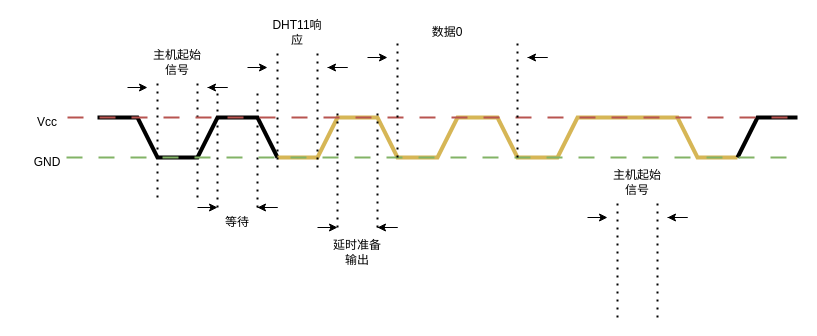
The draw.io diagram DHT11总线.drawio in niusama2/papper_chart, before the edit. Source tidied: cells renumbered, new cells numbered last; positions are measured from the earlier drawing's top-left corner, leaving out a move shared by most shapes. Both pictures are drawn from the tidied source at 100%, with x=0, y=0 at pixel (17, 17).
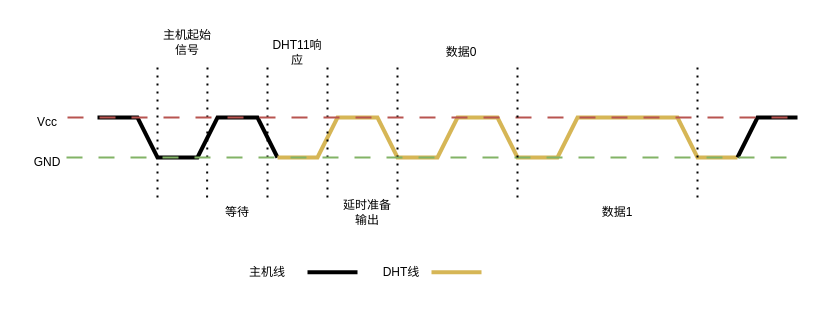
Above is the later version.

Diff of the diagram source:
```diff
@@
     <mxCell id="7" style="endArrow=none;dashed=1;html=1;dashPattern=1 3;strokeWidth=2;rounded=0;" parent="1" edge="1">
       <mxGeometry relative="1" as="geometry">
         <mxPoint x="140" y="180" as="sourcePoint" />
-        <mxPoint x="140" y="60" as="targetPoint" />
+        <mxPoint x="140" y="50" as="targetPoint" />
       </mxGeometry>
     </mxCell>
     <mxCell id="8" style="endArrow=none;dashed=1;html=1;dashPattern=1 3;strokeWidth=2;rounded=0;" parent="1" edge="1">
       <mxGeometry relative="1" as="geometry">
-        <mxPoint x="180" y="180" as="sourcePoint" />
-        <mxPoint x="180" y="60" as="targetPoint" />
+        <mxPoint x="189.6" y="180" as="sourcePoint" />
+        <mxPoint x="190" y="50" as="targetPoint" />
       </mxGeometry>
     </mxCell>
-    <mxCell id="9" style="endArrow=classic;html=1;rounded=0;" parent="1" edge="1">
-      <mxGeometry relative="1" as="geometry">
-        <mxPoint x="110" y="70" as="sourcePoint" />
-        <mxPoint x="130" y="70" as="targetPoint" />
-      </mxGeometry>
-    </mxCell>
-    <mxCell id="10" style="endArrow=classic;html=1;rounded=0;" parent="1" edge="1">
-      <mxGeometry relative="1" as="geometry">
-        <mxPoint x="190" y="70" as="sourcePoint" />
-        <mxPoint x="190" y="70" as="targetPoint" />
-        <Array as="points">
-          <mxPoint x="210" y="70" />
-        </Array>
-      </mxGeometry>
-    </mxCell>
     <mxCell id="11" value="主机起始信号" style="text;html=1;align=center;verticalAlign=middle;whiteSpace=wrap;rounded=0;" parent="1" vertex="1">
-      <mxGeometry x="130" y="30" width="60" height="30" as="geometry" />
+      <mxGeometry x="140" y="10" width="60" height="30" as="geometry" />
     </mxCell>
-    <mxCell id="12" style="endArrow=none;dashed=1;html=1;dashPattern=1 3;strokeWidth=2;rounded=0;" parent="1" edge="1">
-      <mxGeometry relative="1" as="geometry">
-        <mxPoint x="200" y="190" as="sourcePoint" />
-        <mxPoint x="200" y="70" as="targetPoint" />
-      </mxGeometry>
-    </mxCell>
     <mxCell id="13" style="endArrow=none;dashed=1;html=1;dashPattern=1 3;strokeWidth=2;rounded=0;" parent="1" edge="1">
       <mxGeometry relative="1" as="geometry">
-        <mxPoint x="240" y="190" as="sourcePoint" />
-        <mxPoint x="240" y="70" as="targetPoint" />
+        <mxPoint x="250" y="180" as="sourcePoint" />
+        <mxPoint x="250" y="50" as="targetPoint" />
       </mxGeometry>
     </mxCell>
-    <mxCell id="14" style="endArrow=classic;html=1;rounded=0;" parent="1" edge="1">
-      <mxGeometry relative="1" as="geometry">
-        <mxPoint x="180" y="190" as="sourcePoint" />
-        <mxPoint x="200" y="190" as="targetPoint" />
-      </mxGeometry>
-    </mxCell>
-    <mxCell id="15" style="endArrow=classic;html=1;rounded=0;" parent="1" edge="1">
-      <mxGeometry relative="1" as="geometry">
-        <mxPoint x="240" y="190" as="sourcePoint" />
-        <mxPoint x="240" y="190" as="targetPoint" />
-        <Array as="points">
-          <mxPoint x="260" y="190" />
-        </Array>
-      </mxGeometry>
-    </mxCell>
     <mxCell id="16" value="等待" style="text;html=1;align=center;verticalAlign=middle;whiteSpace=wrap;rounded=0;" parent="1" vertex="1">
-      <mxGeometry x="190" y="190" width="60" height="30" as="geometry" />
+      <mxGeometry x="190" y="180" width="60" height="30" as="geometry" />
     </mxCell>
-    <mxCell id="17" style="endArrow=none;dashed=1;html=1;dashPattern=1 3;strokeWidth=2;rounded=0;" parent="1" edge="1">
-      <mxGeometry relative="1" as="geometry">
-        <mxPoint x="260" y="150" as="sourcePoint" />
-        <mxPoint x="260" y="30" as="targetPoint" />
-      </mxGeometry>
-    </mxCell>
     <mxCell id="18" style="endArrow=none;dashed=1;html=1;dashPattern=1 3;strokeWidth=2;rounded=0;" parent="1" edge="1">
       <mxGeometry relative="1" as="geometry">
-        <mxPoint x="300" y="150" as="sourcePoint" />
-        <mxPoint x="300" y="30" as="targetPoint" />
+        <mxPoint x="310" y="180" as="sourcePoint" />
+        <mxPoint x="310" y="50" as="targetPoint" />
       </mxGeometry>
     </mxCell>
-    <mxCell id="19" style="endArrow=classic;html=1;rounded=0;" parent="1" edge="1">
-      <mxGeometry relative="1" as="geometry">
-        <mxPoint x="230" y="50" as="sourcePoint" />
-        <mxPoint x="250" y="50" as="targetPoint" />
-      </mxGeometry>
-    </mxCell>
-    <mxCell id="20" style="endArrow=classic;html=1;rounded=0;" parent="1" edge="1">
-      <mxGeometry relative="1" as="geometry">
-        <mxPoint x="310" y="50" as="sourcePoint" />
-        <mxPoint x="310" y="50" as="targetPoint" />
-        <Array as="points">
-          <mxPoint x="330" y="50" />
-        </Array>
-      </mxGeometry>
-    </mxCell>
     <mxCell id="21" value="DHT11响应" style="text;html=1;align=center;verticalAlign=middle;whiteSpace=wrap;rounded=0;" parent="1" vertex="1">
-      <mxGeometry x="250" width="60" height="30" as="geometry" />
+      <mxGeometry x="250" y="20" width="60" height="30" as="geometry" />
     </mxCell>
-    <mxCell id="22" style="endArrow=none;dashed=1;html=1;dashPattern=1 3;strokeWidth=2;rounded=0;" parent="1" edge="1">
-      <mxGeometry relative="1" as="geometry">
-        <mxPoint x="320" y="210" as="sourcePoint" />
-        <mxPoint x="320" y="90" as="targetPoint" />
-      </mxGeometry>
-    </mxCell>
     <mxCell id="23" style="endArrow=none;dashed=1;html=1;dashPattern=1 3;strokeWidth=2;rounded=0;" parent="1" edge="1">
       <mxGeometry relative="1" as="geometry">
-        <mxPoint x="360" y="210" as="sourcePoint" />
-        <mxPoint x="360" y="90" as="targetPoint" />
+        <mxPoint x="380" y="180" as="sourcePoint" />
+        <mxPoint x="380" y="50" as="targetPoint" />
       </mxGeometry>
     </mxCell>
-    <mxCell id="24" style="endArrow=classic;html=1;rounded=0;" parent="1" edge="1">
-      <mxGeometry relative="1" as="geometry">
-        <mxPoint x="300" y="210" as="sourcePoint" />
-        <mxPoint x="320" y="210" as="targetPoint" />
-      </mxGeometry>
-    </mxCell>
-    <mxCell id="25" style="endArrow=classic;html=1;rounded=0;" parent="1" edge="1">
-      <mxGeometry relative="1" as="geometry">
-        <mxPoint x="360" y="210" as="sourcePoint" />
-        <mxPoint x="360" y="210" as="targetPoint" />
-        <Array as="points">
-          <mxPoint x="380" y="210" />
-        </Array>
-      </mxGeometry>
-    </mxCell>
     <mxCell id="26" value="延时准备输出" style="text;html=1;align=center;verticalAlign=middle;whiteSpace=wrap;rounded=0;" parent="1" vertex="1">
-      <mxGeometry x="310" y="220" width="60" height="30" as="geometry" />
+      <mxGeometry x="320" y="180" width="60" height="30" as="geometry" />
     </mxCell>
@@
-    <mxCell id="29" style="group;" parent="1" vertex="1">
-      <mxGeometry x="570" y="150" width="100" height="150" as="geometry" />
-    </mxCell>
-    <mxCell id="30" style="endArrow=none;dashed=1;html=1;dashPattern=1 3;strokeWidth=2;rounded=0;" parent="29" edge="1">
-      <mxGeometry relative="1" as="geometry">
-        <mxPoint x="30" y="150" as="sourcePoint" />
-        <mxPoint x="30" y="30" as="targetPoint" />
-      </mxGeometry>
-    </mxCell>
+    <mxCell id="36" style="endArrow=none;dashed=1;html=1;dashPattern=1 3;strokeWidth=2;rounded=0;" parent="1" edge="1">
+      <mxGeometry relative="1" as="geometry">
+        <mxPoint x="500" y="180" as="sourcePoint" />
+        <mxPoint x="500" y="50" as="targetPoint" />
+      </mxGeometry>
+    </mxCell>
+    <mxCell id="39" value="数据0" style="text;html=1;align=center;verticalAlign=middle;whiteSpace=wrap;rounded=0;" parent="1" vertex="1">
+      <mxGeometry x="414" y="20" width="60" height="30" as="geometry" />
+    </mxCell>
-    <mxCell id="31" style="endArrow=none;dashed=1;html=1;dashPattern=1 3;strokeWidth=2;rounded=0;" parent="29" edge="1">
+    <mxCell id="31" style="endArrow=none;dashed=1;html=1;dashPattern=1 3;strokeWidth=2;rounded=0;" parent="1" edge="1">
       <mxGeometry relative="1" as="geometry">
-        <mxPoint x="70" y="150" as="sourcePoint" />
-        <mxPoint x="70" y="30" as="targetPoint" />
+        <mxPoint x="680" y="180" as="sourcePoint" />
+        <mxPoint x="680" y="50" as="targetPoint" />
       </mxGeometry>
     </mxCell>
-    <mxCell id="32" style="endArrow=classic;html=1;rounded=0;" parent="29" edge="1">
-      <mxGeometry relative="1" as="geometry">
-        <mxPoint y="50" as="sourcePoint" />
-        <mxPoint x="20" y="50" as="targetPoint" />
-      </mxGeometry>
-    </mxCell>
-    <mxCell id="33" style="endArrow=classic;html=1;rounded=0;" parent="29" edge="1">
-      <mxGeometry relative="1" as="geometry">
-        <mxPoint x="80" y="50" as="sourcePoint" />
-        <mxPoint x="80" y="50" as="targetPoint" />
-        <Array as="points">
-          <mxPoint x="100" y="50" />
-        </Array>
-      </mxGeometry>
-    </mxCell>
-    <mxCell id="34" value="主机起始信号" style="text;html=1;align=center;verticalAlign=middle;whiteSpace=wrap;rounded=0;" parent="29" vertex="1">
-      <mxGeometry x="20" width="60" height="30" as="geometry" />
+    <mxCell id="34" value="数据1" style="text;html=1;align=center;verticalAlign=middle;whiteSpace=wrap;rounded=0;" parent="1" vertex="1">
+      <mxGeometry x="570" y="180" width="60" height="30" as="geometry" />
     </mxCell>
-    <mxCell id="35" style="endArrow=none;dashed=1;html=1;dashPattern=1 3;strokeWidth=2;rounded=0;" parent="1" edge="1">
-      <mxGeometry relative="1" as="geometry">
-        <mxPoint x="380" y="140" as="sourcePoint" />
-        <mxPoint x="380" y="20" as="targetPoint" />
-      </mxGeometry>
-    </mxCell>
-    <mxCell id="36" style="endArrow=none;dashed=1;html=1;dashPattern=1 3;strokeWidth=2;rounded=0;" parent="1" edge="1">
-      <mxGeometry relative="1" as="geometry">
-        <mxPoint x="500" y="140" as="sourcePoint" />
-        <mxPoint x="500" y="20" as="targetPoint" />
-      </mxGeometry>
-    </mxCell>
-    <mxCell id="37" style="endArrow=classic;html=1;rounded=0;" parent="1" edge="1">
-      <mxGeometry relative="1" as="geometry">
-        <mxPoint x="350" y="40" as="sourcePoint" />
-        <mxPoint x="370" y="40" as="targetPoint" />
-      </mxGeometry>
-    </mxCell>
-    <mxCell id="38" style="endArrow=classic;html=1;rounded=0;" parent="1" edge="1">
-      <mxGeometry relative="1" as="geometry">
-        <mxPoint x="510" y="40" as="sourcePoint" />
-        <mxPoint x="510" y="40" as="targetPoint" />
-        <Array as="points">
-          <mxPoint x="530" y="40" />
-        </Array>
-      </mxGeometry>
-    </mxCell>
-    <mxCell id="39" value="数据0" style="text;html=1;align=center;verticalAlign=middle;whiteSpace=wrap;rounded=0;" parent="1" vertex="1">
-      <mxGeometry x="400" width="60" height="30" as="geometry" />
-    </mxCell>
+    <mxCell id="40" style="endArrow=none;html=1;rounded=0;strokeWidth=4;" parent="1" edge="1">
+      <mxGeometry relative="1" as="geometry">
+        <mxPoint x="290" y="254.7" as="sourcePoint" />
+        <mxPoint x="340" y="254.7" as="targetPoint" />
+      </mxGeometry>
+    </mxCell>
+    <mxCell id="41" value="主机线" style="text;html=1;align=center;verticalAlign=middle;whiteSpace=wrap;rounded=0;" parent="1" vertex="1">
+      <mxGeometry x="220" y="240" width="60" height="30" as="geometry" />
+    </mxCell>
+    <mxCell id="42" style="endArrow=none;html=1;rounded=0;fillColor=#fff2cc;strokeColor=#d6b656;strokeWidth=4;" parent="1" edge="1">
+      <mxGeometry relative="1" as="geometry">
+        <mxPoint x="414" y="254.7" as="sourcePoint" />
+        <mxPoint x="464" y="254.7" as="targetPoint" />
+      </mxGeometry>
+    </mxCell>
+    <mxCell id="43" value="DHT线" style="text;html=1;align=center;verticalAlign=middle;whiteSpace=wrap;rounded=0;" parent="1" vertex="1">
+      <mxGeometry x="354" y="240" width="60" height="30" as="geometry" />
+    </mxCell>
```
